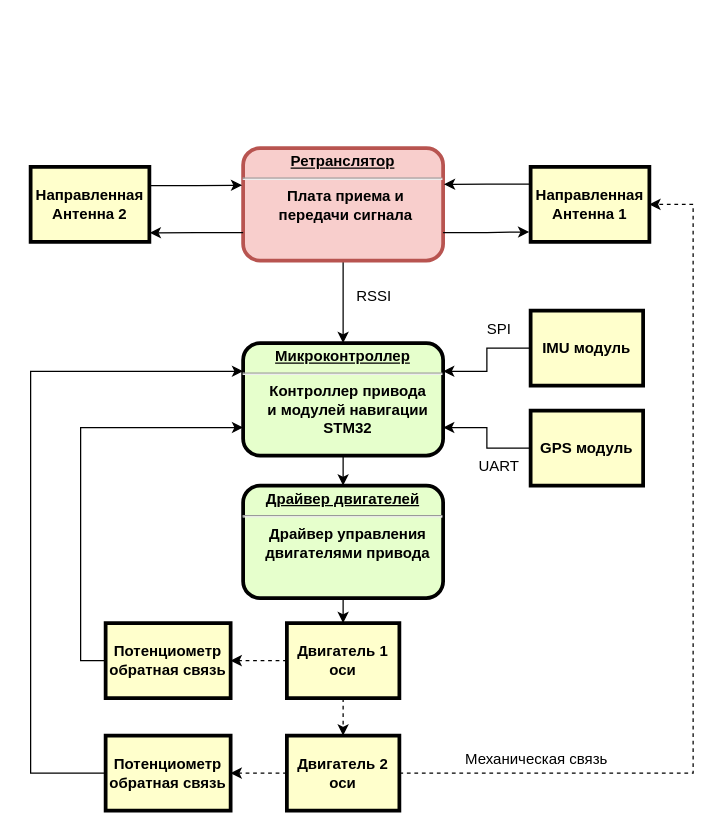
The draw.io diagram two-axis gimbal.drawio in artem-sann/Two_axis_gimbal, before the edit. Source tidied: cells renumbered, new cells numbered last; positions are measured from the earlier drawing's top-left corner, leaving out a move shared by most shapes. Both pictures are drawn from the tidied source at 125%, with x=0, y=0 at pixel (30, 148).
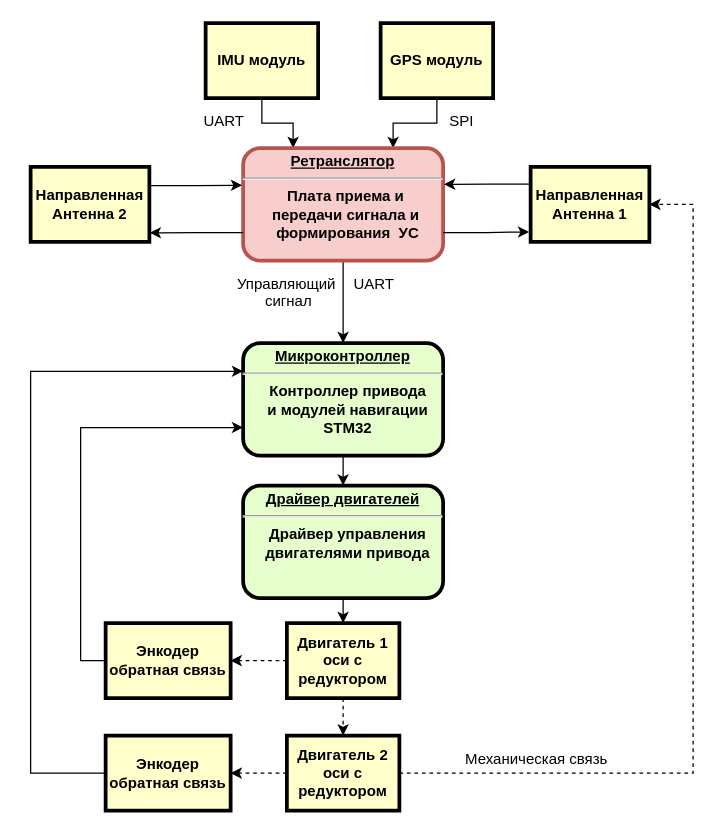
The same diagram, later.

Commit message (it also covers changes not shown here):
Кинематическая схема новый текст и функц схема

The change refers to these unchanged cells:
```xml
<mxCell id="3" value="&lt;p style=&quot;margin: 0px; margin-top: 4px; text-align: center; text-decoration: underline;&quot;&gt;&lt;strong&gt;Микроконтроллер&lt;/strong&gt;&lt;/p&gt;&lt;hr&gt;&lt;p style=&quot;margin: 0px; margin-left: 8px;&quot;&gt;Контроллер привода&lt;/p&gt;&lt;p style=&quot;margin: 0px; margin-left: 8px;&quot;&gt;и модулей навигации&lt;br&gt;STM32&lt;/p&gt;" style="verticalAlign=middle;align=center;overflow=fill;fontSize=12;fontFamily=Helvetica;html=1;rounded=1;fontStyle=1;strokeWidth=3;fillColor=#E6FFCC;" parent="1" vertex="1">
  <mxGeometry x="170" y="156" width="160" height="90" as="geometry" />
</mxCell>
```

The edit, as a diff of the source:
```diff
@@
-    <mxCell id="6" value="Двигатель 1 оси" style="whiteSpace=wrap;align=center;verticalAlign=middle;fontStyle=1;strokeWidth=3;fillColor=#FFFFCC;" parent="1" vertex="1">
+    <mxCell id="6" value="Двигатель 1 оси с редуктором" style="whiteSpace=wrap;align=center;verticalAlign=middle;fontStyle=1;strokeWidth=3;fillColor=#FFFFCC;" parent="1" vertex="1">
       <mxGeometry x="205" y="380" width="90" height="60" as="geometry" />
     </mxCell>
@@
-    <mxCell id="11" value="Двигатель 2 оси" style="whiteSpace=wrap;align=center;verticalAlign=middle;fontStyle=1;strokeWidth=3;fillColor=#FFFFCC;" parent="1" vertex="1">
+    <mxCell id="11" value="Двигатель 2 оси с редуктором" style="whiteSpace=wrap;align=center;verticalAlign=middle;fontStyle=1;strokeWidth=3;fillColor=#FFFFCC;" parent="1" vertex="1">
       <mxGeometry x="205" y="470" width="90" height="60" as="geometry" />
     </mxCell>
@@
-    <mxCell id="13" value="Потенциометр обратная связь" style="whiteSpace=wrap;align=center;verticalAlign=middle;fontStyle=1;strokeWidth=3;fillColor=#FFFFCC;" parent="1" vertex="1">
+    <mxCell id="13" value="Энкодер обратная связь" style="whiteSpace=wrap;align=center;verticalAlign=middle;fontStyle=1;strokeWidth=3;fillColor=#FFFFCC;" parent="1" vertex="1">
       <mxGeometry x="60" y="380" width="100" height="60" as="geometry" />
     </mxCell>
@@
-    <mxCell id="15" value="Потенциометр обратная связь" style="whiteSpace=wrap;align=center;verticalAlign=middle;fontStyle=1;strokeWidth=3;fillColor=#FFFFCC;" parent="1" vertex="1">
+    <mxCell id="15" value="Энкодер обратная связь" style="whiteSpace=wrap;align=center;verticalAlign=middle;fontStyle=1;strokeWidth=3;fillColor=#FFFFCC;" parent="1" vertex="1">
       <mxGeometry x="60" y="470" width="100" height="60" as="geometry" />
     </mxCell>
-    <mxCell id="16" style="edgeStyle=orthogonalEdgeStyle;rounded=0;jettySize=auto;html=1;entryX=1;entryY=0.75;entryDx=0;entryDy=0;" parent="1" edge="1" source="17" target="3">
-      <mxGeometry relative="1" as="geometry" />
-    </mxCell>
+    <mxCell id="32" style="edgeStyle=orthogonalEdgeStyle;rounded=0;jettySize=auto;html=1;entryX=0.75;entryY=0;entryDx=0;entryDy=0;" parent="1" edge="1" source="17" target="25">
+      <mxGeometry relative="1" as="geometry" />
+    </mxCell>
     <mxCell id="17" value="GPS модуль" style="whiteSpace=wrap;align=center;verticalAlign=middle;fontStyle=1;strokeWidth=3;fillColor=#FFFFCC;" parent="1" vertex="1">
-      <mxGeometry x="400" y="210" width="90" height="60" as="geometry" />
+      <mxGeometry x="280" y="-100" width="90" height="60" as="geometry" />
     </mxCell>
-    <mxCell id="18" style="edgeStyle=orthogonalEdgeStyle;rounded=0;jettySize=auto;html=1;entryX=1;entryY=0.25;entryDx=0;entryDy=0;" parent="1" edge="1" source="19" target="3">
-      <mxGeometry relative="1" as="geometry" />
-    </mxCell>
+    <mxCell id="33" style="edgeStyle=orthogonalEdgeStyle;rounded=0;jettySize=auto;html=1;entryX=0.25;entryY=0;entryDx=0;entryDy=0;" parent="1" edge="1" source="19" target="25">
+      <mxGeometry relative="1" as="geometry" />
+    </mxCell>
     <mxCell id="19" value="IMU модуль" style="whiteSpace=wrap;align=center;verticalAlign=middle;fontStyle=1;strokeWidth=3;fillColor=#FFFFCC;" parent="1" vertex="1">
-      <mxGeometry x="400" y="130" width="90" height="60" as="geometry" />
+      <mxGeometry x="140" y="-100" width="90" height="60" as="geometry" />
     </mxCell>
@@
     <mxCell id="21" value="SPI" style="text;spacingTop=-5;align=center;" parent="1" vertex="1">
-      <mxGeometry x="360" y="136" width="30" height="20" as="geometry" />
+      <mxGeometry x="330" y="-30" width="30" height="20" as="geometry" />
     </mxCell>
     <mxCell id="22" value="UART" style="text;spacingTop=-5;align=center;" parent="1" vertex="1">
-      <mxGeometry x="360" y="246" width="30" height="20" as="geometry" />
+      <mxGeometry x="140" y="-30" width="30" height="20" as="geometry" />
     </mxCell>
@@
-    <mxCell id="25" value="&lt;p style=&quot;margin: 0px; margin-top: 4px; text-align: center; text-decoration: underline;&quot;&gt;Ретранслятор&lt;/p&gt;&lt;hr&gt;&lt;p style=&quot;margin: 0px; margin-left: 8px;&quot;&gt;Плата приема и&amp;nbsp;&lt;/p&gt;&lt;p style=&quot;margin: 0px; margin-left: 8px;&quot;&gt;передачи&amp;nbsp;&lt;span style=&quot;background-color: initial;&quot;&gt;сигнала&amp;nbsp;&lt;/span&gt;&lt;/p&gt;" style="verticalAlign=middle;align=center;overflow=fill;fontSize=12;fontFamily=Helvetica;html=1;rounded=1;fontStyle=1;strokeWidth=3;fillColor=#f8cecc;strokeColor=#b85450;" parent="1" vertex="1">
+    <mxCell id="25" value="&lt;p style=&quot;margin: 0px; margin-top: 4px; text-align: center; text-decoration: underline;&quot;&gt;Ретранслятор&lt;/p&gt;&lt;hr&gt;&lt;p style=&quot;margin: 0px; margin-left: 8px;&quot;&gt;Плата приема и&amp;nbsp;&lt;/p&gt;&lt;p style=&quot;margin: 0px; margin-left: 8px;&quot;&gt;передачи&amp;nbsp;&lt;span style=&quot;background-color: initial;&quot;&gt;сигнала и&amp;nbsp;&lt;/span&gt;&lt;/p&gt;&lt;p style=&quot;margin: 0px; margin-left: 8px;&quot;&gt;&lt;span style=&quot;background-color: initial;&quot;&gt;формирования&amp;nbsp; УС&lt;/span&gt;&lt;/p&gt;" style="verticalAlign=middle;align=center;overflow=fill;fontSize=12;fontFamily=Helvetica;html=1;rounded=1;fontStyle=1;strokeWidth=3;fillColor=#f8cecc;strokeColor=#b85450;" parent="1" vertex="1">
       <mxGeometry x="170" width="160" height="90" as="geometry" />
     </mxCell>
-    <mxCell id="26" value="RSSI" style="text;spacingTop=-5;align=center;" parent="1" vertex="1">
-      <mxGeometry x="260" y="110" width="30" height="20" as="geometry" />
+    <mxCell id="26" value="Управляющий&#10; сигнал" style="text;spacingTop=-5;align=center;" parent="1" vertex="1">
+      <mxGeometry x="190" y="100" width="30" height="20" as="geometry" />
     </mxCell>
@@
+    <mxCell id="34" value="UART" style="text;spacingTop=-5;align=center;" parent="1" vertex="1">
+      <mxGeometry x="260" y="100" width="30" height="20" as="geometry" />
+    </mxCell>
```
